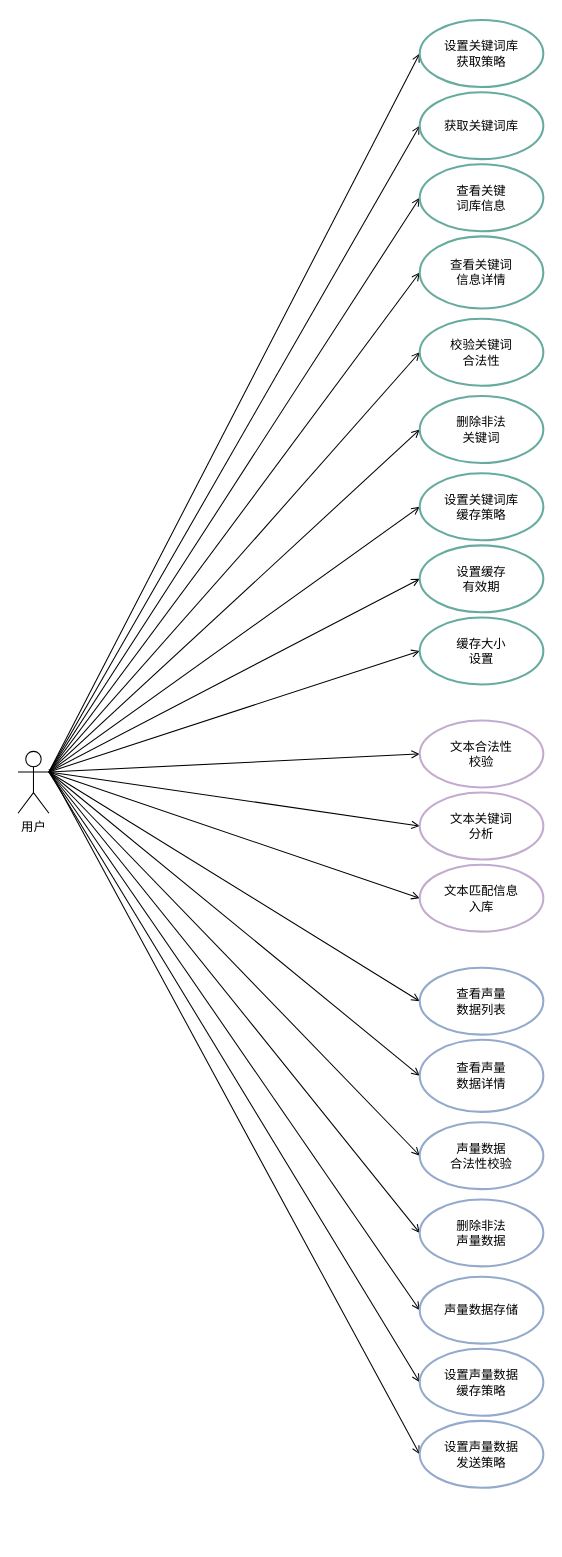
Above: page "Page-1" (1 of 3) of volume system.drawio in ikeyyang/uml (draw.io), before the change. Source tidied: cells renumbered, new cells numbered last; positions are measured from the earlier drawing's top-left corner, leaving out a move shared by most shapes. Both pictures are drawn from the tidied source at 103%, with x=0, y=0 at pixel (18, 20).
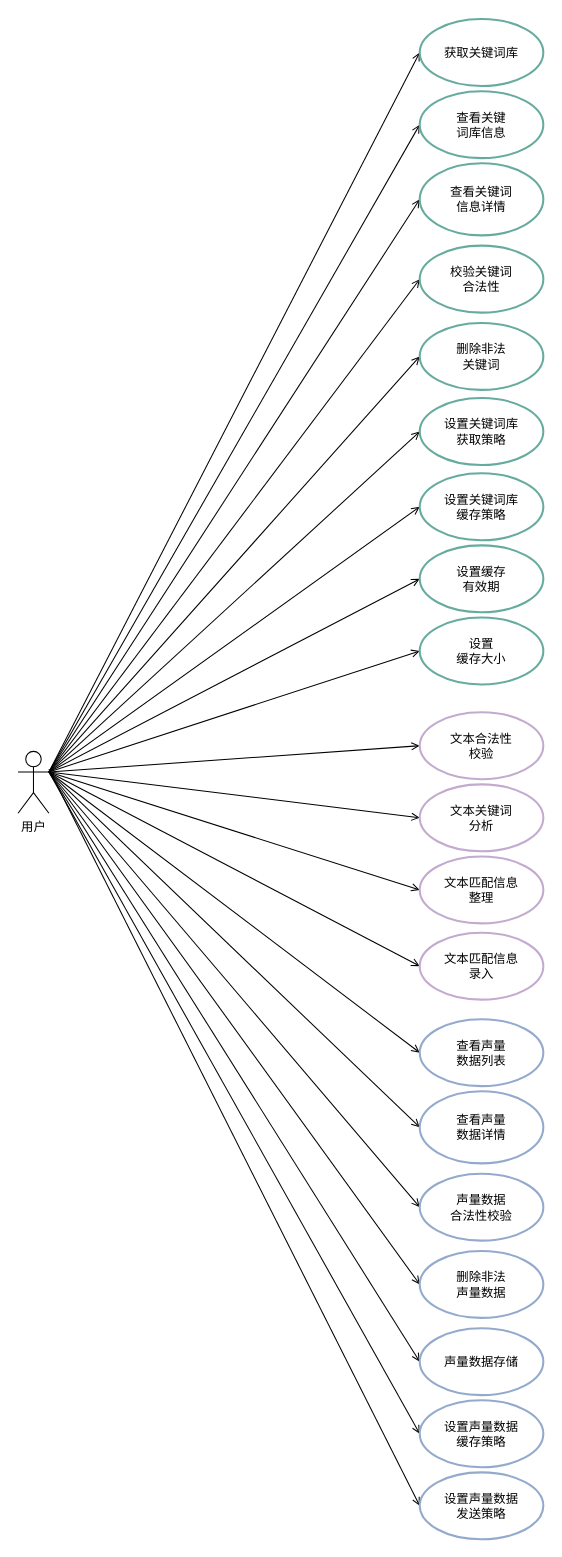
Above is the later version.

Unchanged cells that the change refers to:
```xml
<mxCell id="2" value="用户" style="shape=umlActor;verticalLabelPosition=bottom;labelBackgroundColor=#ffffff;verticalAlign=top;html=1;align=center;" parent="1" vertex="1">
  <mxGeometry y="710" width="30" height="60" as="geometry" />
</mxCell>
<mxCell id="8" value="设置缓存&lt;br&gt;有效期&lt;br&gt;" style="ellipse;whiteSpace=wrap;html=1;align=center;strokeColor=#67AB9F;strokeWidth=2;" parent="1" vertex="1">
  <mxGeometry x="390" y="510" width="120" height="65" as="geometry" />
</mxCell>
```

Change to the diagram source:
```diff
@@
     <mxCell id="4" value="校验关键词&lt;br&gt;合法性" style="ellipse;whiteSpace=wrap;html=1;align=center;strokeColor=#67AB9F;strokeWidth=2;" parent="1" vertex="1">
-      <mxGeometry x="390" y="290" width="120" height="65" as="geometry" />
+      <mxGeometry x="390" y="219" width="120" height="65" as="geometry" />
     </mxCell>
@@
-    <mxCell id="7" style="edgeStyle=none;rounded=0;jettySize=auto;html=1;exitX=0;exitY=0.5;exitDx=0;exitDy=0;endArrow=none;endFill=0;startArrow=open;startFill=0;strokeWidth=1;jumpStyle=none;" parent="1" edge="1" source="8">
+    <mxCell id="7" style="edgeStyle=none;rounded=0;jettySize=auto;html=1;exitX=0;exitY=0.5;exitDx=0;exitDy=0;endArrow=none;endFill=0;startArrow=open;startFill=0;strokeWidth=1;jumpStyle=none;comic=0;shadow=0;" parent="1" edge="1" source="8">
       <mxGeometry relative="1" as="geometry">
         <mxPoint x="30" y="730" as="targetPoint" />
       </mxGeometry>
     </mxCell>
@@
     <mxCell id="10" value="删除非法&lt;br&gt;关键词" style="ellipse;whiteSpace=wrap;html=1;align=center;strokeColor=#67AB9F;strokeWidth=2;" parent="1" vertex="1">
-      <mxGeometry x="390" y="365" width="120" height="65" as="geometry" />
+      <mxGeometry x="390" y="294" width="120" height="65" as="geometry" />
     </mxCell>
-    <mxCell id="11" style="edgeStyle=none;rounded=0;jettySize=auto;html=1;exitX=0;exitY=0.5;exitDx=0;exitDy=0;entryX=1;entryY=0.3333333333333333;entryDx=0;entryDy=0;entryPerimeter=0;endArrow=none;endFill=0;startArrow=open;startFill=0;strokeWidth=1;jumpStyle=none;" parent="1" edge="1" source="12" target="2">
-      <mxGeometry relative="1" as="geometry" />
-    </mxCell>
-    <mxCell id="12" value="设置关键词库&lt;br&gt;获取策略" style="ellipse;whiteSpace=wrap;html=1;align=center;strokeColor=#67AB9F;strokeWidth=2;" parent="1" vertex="1">
-      <mxGeometry x="390" width="120" height="65" as="geometry" />
-    </mxCell>
@@
     <mxCell id="14" value="查看关键&lt;br&gt;词库信息" style="ellipse;whiteSpace=wrap;html=1;align=center;strokeColor=#67AB9F;strokeWidth=2;" parent="1" vertex="1">
-      <mxGeometry x="390" y="140" width="120" height="65" as="geometry" />
+      <mxGeometry x="390" y="69" width="120" height="65" as="geometry" />
     </mxCell>
@@
     <mxCell id="16" value="获取关键词库" style="ellipse;whiteSpace=wrap;html=1;align=center;strokeColor=#67AB9F;strokeWidth=2;" parent="1" vertex="1">
-      <mxGeometry x="390" y="70" width="120" height="65" as="geometry" />
+      <mxGeometry x="390" y="-1" width="120" height="65" as="geometry" />
     </mxCell>
@@
     <mxCell id="18" value="查看关键词&lt;br&gt;信息详情" style="ellipse;whiteSpace=wrap;html=1;align=center;strokeColor=#67AB9F;strokeWidth=2;" parent="1" vertex="1">
-      <mxGeometry x="390" y="210" width="120" height="70" as="geometry" />
+      <mxGeometry x="390" y="139" width="120" height="70" as="geometry" />
     </mxCell>
@@
-    <mxCell id="20" value="缓存大小&lt;br&gt;设置" style="ellipse;whiteSpace=wrap;html=1;align=center;labelBorderColor=none;strokeColor=#67AB9F;strokeWidth=2;" parent="1" vertex="1">
+    <mxCell id="20" value="设置&lt;br&gt;缓存大小" style="ellipse;whiteSpace=wrap;html=1;align=center;labelBorderColor=none;strokeColor=#67AB9F;strokeWidth=2;" parent="1" vertex="1">
       <mxGeometry x="390" y="580" width="120" height="65" as="geometry" />
     </mxCell>
@@
     <mxCell id="22" value="文本合法性&lt;br&gt;校验" style="ellipse;whiteSpace=wrap;html=1;align=center;strokeColor=#C3ABD0;strokeWidth=2;" parent="1" vertex="1">
-      <mxGeometry x="390" y="680" width="120" height="65" as="geometry" />
+      <mxGeometry x="390" y="672" width="120" height="65" as="geometry" />
     </mxCell>
@@
     <mxCell id="24" value="文本关键词&lt;br&gt;分析" style="ellipse;whiteSpace=wrap;html=1;align=center;strokeColor=#C3ABD0;strokeWidth=2;" parent="1" vertex="1">
-      <mxGeometry x="390" y="750" width="120" height="65" as="geometry" />
+      <mxGeometry x="390" y="742" width="120" height="65" as="geometry" />
     </mxCell>
@@
-    <mxCell id="26" value="文本匹配信息&lt;br&gt;入库" style="ellipse;whiteSpace=wrap;html=1;align=center;strokeColor=#C3ABD0;strokeWidth=2;" parent="1" vertex="1">
-      <mxGeometry x="390" y="820" width="120" height="65" as="geometry" />
+    <mxCell id="26" value="文本匹配信息&lt;br&gt;整理" style="ellipse;whiteSpace=wrap;html=1;align=center;strokeColor=#C3ABD0;strokeWidth=2;" parent="1" vertex="1">
+      <mxGeometry x="390" y="812" width="120" height="65" as="geometry" />
     </mxCell>
@@
     <mxCell id="28" value="声量数据&lt;br&gt;合法性校验" style="ellipse;whiteSpace=wrap;html=1;align=center;strokeColor=#93AACC;strokeWidth=2;" parent="1" vertex="1">
-      <mxGeometry x="390" y="1070" width="120" height="65" as="geometry" />
+      <mxGeometry x="390" y="1120" width="120" height="65" as="geometry" />
     </mxCell>
@@
     <mxCell id="30" value="声量数据存储" style="ellipse;whiteSpace=wrap;html=1;align=center;strokeColor=#93AACC;strokeWidth=2;" parent="1" vertex="1">
-      <mxGeometry x="390" y="1220" width="120" height="65" as="geometry" />
+      <mxGeometry x="390" y="1270" width="120" height="65" as="geometry" />
     </mxCell>
@@
     <mxCell id="32" value="设置声量数据&lt;br&gt;缓存策略" style="ellipse;whiteSpace=wrap;html=1;align=center;strokeColor=#93AACC;strokeWidth=2;" parent="1" vertex="1">
-      <mxGeometry x="390" y="1290" width="120" height="65" as="geometry" />
+      <mxGeometry x="390" y="1340" width="120" height="65" as="geometry" />
     </mxCell>
@@
     <mxCell id="34" value="删除非法&lt;br&gt;声量数据" style="ellipse;whiteSpace=wrap;html=1;align=center;strokeColor=#93AACC;strokeWidth=2;" parent="1" vertex="1">
-      <mxGeometry x="390" y="1145" width="120" height="65" as="geometry" />
+      <mxGeometry x="390" y="1195" width="120" height="65" as="geometry" />
     </mxCell>
@@
     <mxCell id="36" value="查看声量&lt;br&gt;数据列表" style="ellipse;whiteSpace=wrap;html=1;align=center;strokeColor=#93AACC;strokeWidth=2;" parent="1" vertex="1">
-      <mxGeometry x="390" y="920" width="120" height="65" as="geometry" />
+      <mxGeometry x="390" y="970" width="120" height="65" as="geometry" />
     </mxCell>
@@
     <mxCell id="38" value="查看声量&lt;br&gt;数据详情" style="ellipse;whiteSpace=wrap;html=1;align=center;strokeColor=#93AACC;strokeWidth=2;" parent="1" vertex="1">
-      <mxGeometry x="390" y="990" width="120" height="70" as="geometry" />
+      <mxGeometry x="390" y="1040" width="120" height="70" as="geometry" />
     </mxCell>
@@
     <mxCell id="40" value="设置声量数据&lt;br&gt;发送策略" style="ellipse;whiteSpace=wrap;html=1;align=center;strokeColor=#93AACC;strokeWidth=2;" parent="1" vertex="1">
-      <mxGeometry x="390" y="1360" width="120" height="65" as="geometry" />
+      <mxGeometry x="390" y="1410" width="120" height="65" as="geometry" />
     </mxCell>
+    <mxCell id="41" style="edgeStyle=none;rounded=0;jumpStyle=none;jettySize=auto;html=1;exitX=0;exitY=0.5;exitDx=0;exitDy=0;startArrow=none;startFill=0;endArrow=open;endFill=0;strokeWidth=1;entryX=0;entryY=0.5;entryDx=0;entryDy=0;" parent="1" edge="1" target="42">
+      <mxGeometry relative="1" as="geometry">
+        <mxPoint x="30" y="730" as="sourcePoint" />
+      </mxGeometry>
+    </mxCell>
+    <mxCell id="42" value="文本匹配信息&lt;br&gt;录入" style="ellipse;whiteSpace=wrap;html=1;align=center;strokeColor=#C3ABD0;strokeWidth=2;" parent="1" vertex="1">
+      <mxGeometry x="390" y="886" width="120" height="65" as="geometry" />
+    </mxCell>
+    <mxCell id="43" style="edgeStyle=none;rounded=0;jumpStyle=none;jettySize=auto;html=1;exitX=0;exitY=0.5;exitDx=0;exitDy=0;startArrow=none;startFill=0;endArrow=open;endFill=0;strokeWidth=1;entryX=0;entryY=0.5;entryDx=0;entryDy=0;" parent="1" edge="1" target="12">
+      <mxGeometry relative="1" as="geometry">
+        <mxPoint x="30" y="730" as="sourcePoint" />
+      </mxGeometry>
+    </mxCell>
+    <mxCell id="12" value="设置关键词库&lt;br&gt;获取策略" style="ellipse;whiteSpace=wrap;html=1;align=center;strokeColor=#67AB9F;strokeWidth=2;" parent="1" vertex="1">
+      <mxGeometry x="390" y="367" width="120" height="65" as="geometry" />
+    </mxCell>
```
